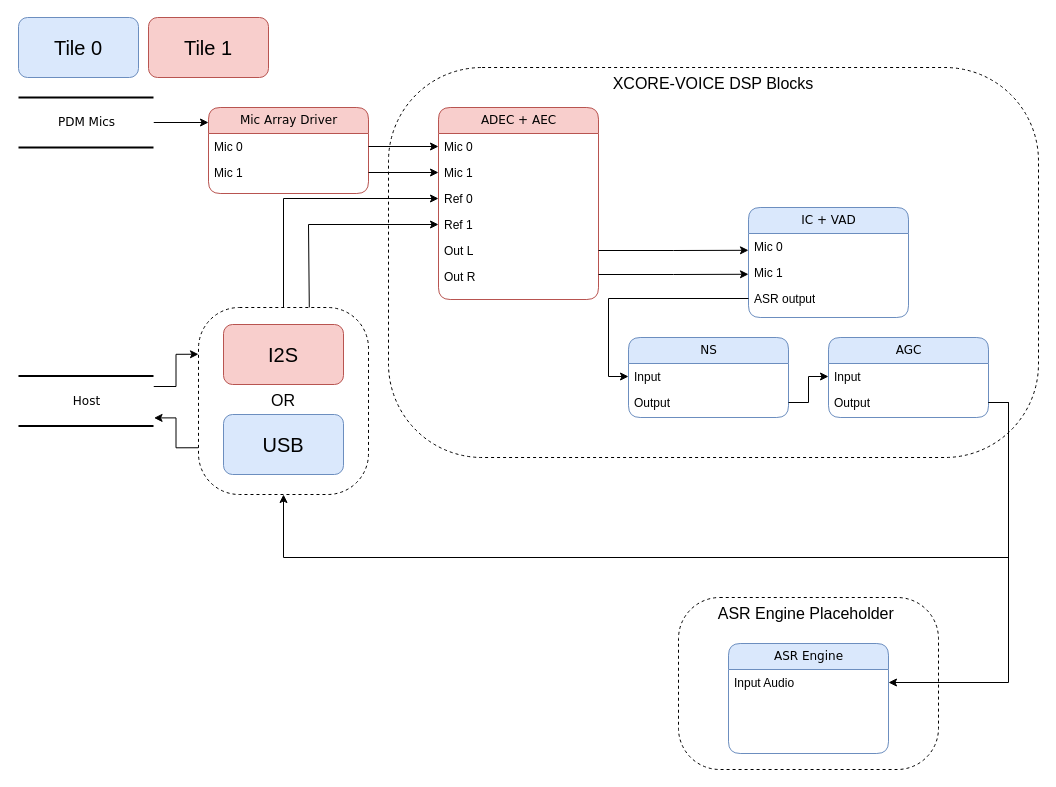
Earlier version of the draw.io diagram doc/programming_guide/ffva/diagrams/ffva_diagram.drawio (xmos/sln_voice). Source tidied: cells renumbered, new cells numbered last; positions are measured from the earlier drawing's top-left corner, leaving out a move shared by most shapes. Both pictures are drawn from the tidied source at 100%, with x=0, y=0 at pixel (18, 17).
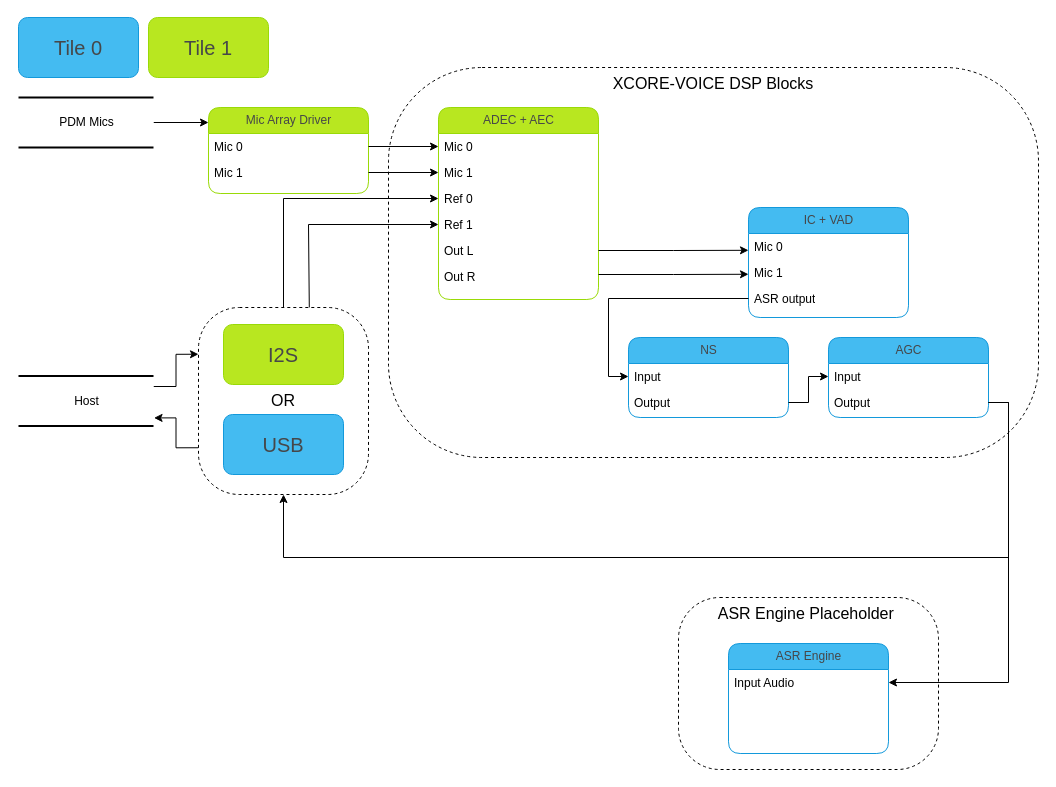
The same diagram, later.

Change to the diagram source:
```diff
@@
-    <mxCell id="2" value="ASR Engine Placeholder&amp;nbsp;" style="rounded=1;arcSize=24;whiteSpace=wrap;html=1;align=center;dashed=1;horizontal=1;verticalAlign=top;fontSize=16;" parent="1" vertex="1">
+    <mxCell id="2" value="ASR Engine Placeholder&amp;nbsp;" style="rounded=1;arcSize=24;whiteSpace=wrap;html=1;align=center;dashed=1;horizontal=1;verticalAlign=top;fontSize=16;fontFamily=Arial Nova Light;" parent="1" vertex="1">
       <mxGeometry x="660" y="580" width="260" height="172" as="geometry" />
     </mxCell>
-    <mxCell id="3" value="XCORE-VOICE DSP Blocks" style="rounded=1;arcSize=24;whiteSpace=wrap;html=1;align=center;dashed=1;horizontal=1;verticalAlign=top;fontSize=16;" parent="1" vertex="1">
+    <mxCell id="3" value="XCORE-VOICE DSP Blocks" style="rounded=1;arcSize=24;whiteSpace=wrap;html=1;align=center;dashed=1;horizontal=1;verticalAlign=top;fontSize=16;fontFamily=Arial Nova Light;" parent="1" vertex="1">
       <mxGeometry x="370" y="50" width="650" height="390" as="geometry" />
     </mxCell>
-    <mxCell id="4" value="IC + VAD" style="swimlane;html=1;fontStyle=0;horizontal=1;startSize=26;fillColor=#dae8fc;swimlaneFillColor=#ffffff;align=center;rounded=1;shadow=0;comic=0;labelBackgroundColor=none;strokeWidth=1;fontFamily=Verdana;fontSize=12;strokeColor=#6c8ebf;" parent="1" vertex="1">
+    <mxCell id="4" value="IC + VAD" style="swimlane;html=1;fontStyle=0;horizontal=1;startSize=26;fillColor=#44BBF1;swimlaneFillColor=#ffffff;align=center;rounded=1;shadow=0;comic=0;labelBackgroundColor=none;strokeWidth=1;fontFamily=Arial Nova Light;fontSize=12;strokeColor=#1399DB;fontColor=#464749;" parent="1" vertex="1">
       <mxGeometry x="730" y="190" width="160" height="110" as="geometry" />
     </mxCell>
@@
-    <mxCell id="8" value="Mic Array Driver" style="swimlane;html=1;fontStyle=0;horizontal=1;startSize=26;fillColor=#f8cecc;swimlaneFillColor=#ffffff;align=center;rounded=1;shadow=0;comic=0;labelBackgroundColor=none;strokeWidth=1;fontFamily=Verdana;fontSize=12;strokeColor=#b85450;" parent="1" vertex="1">
+    <mxCell id="8" value="Mic Array Driver" style="swimlane;html=1;fontStyle=0;horizontal=1;startSize=26;fillColor=#B8E720;swimlaneFillColor=#ffffff;align=center;rounded=1;shadow=0;comic=0;labelBackgroundColor=none;strokeWidth=1;fontFamily=Arial Nova Light;fontSize=12;strokeColor=#99DA07;fontColor=#464749;" parent="1" vertex="1">
       <mxGeometry x="190" y="90" width="160" height="86" as="geometry" />
     </mxCell>
@@
-    <mxCell id="12" value="PDM Mics" style="html=1;rounded=0;shadow=0;comic=0;labelBackgroundColor=none;strokeWidth=2;fontFamily=Verdana;fontSize=12;align=center;shape=mxgraph.ios7ui.horLines;" parent="1" vertex="1">
+    <mxCell id="12" value="PDM Mics" style="html=1;rounded=0;shadow=0;comic=0;labelBackgroundColor=none;strokeWidth=2;fontFamily=Arial Nova Light;fontSize=12;align=center;shape=mxgraph.ios7ui.horLines;" parent="1" vertex="1">
       <mxGeometry y="80" width="135" height="50" as="geometry" />
     </mxCell>
-    <mxCell id="13" value="NS" style="swimlane;html=1;fontStyle=0;horizontal=1;startSize=26;fillColor=#dae8fc;swimlaneFillColor=#ffffff;align=center;rounded=1;shadow=0;comic=0;labelBackgroundColor=none;strokeWidth=1;fontFamily=Verdana;fontSize=12;strokeColor=#6c8ebf;" parent="1" vertex="1">
+    <mxCell id="13" value="NS" style="swimlane;html=1;fontStyle=0;horizontal=1;startSize=26;fillColor=#44BBF1;swimlaneFillColor=#ffffff;align=center;rounded=1;shadow=0;comic=0;labelBackgroundColor=none;strokeWidth=1;fontFamily=Arial Nova Light;fontSize=12;strokeColor=#1399DB;fontColor=#464749;" parent="1" vertex="1">
       <mxGeometry x="610" y="320" width="160" height="80" as="geometry" />
     </mxCell>
@@
-    <mxCell id="16" value="AGC" style="swimlane;html=1;fontStyle=0;horizontal=1;startSize=26;fillColor=#dae8fc;swimlaneFillColor=#ffffff;align=center;rounded=1;shadow=0;comic=0;labelBackgroundColor=none;strokeWidth=1;fontFamily=Verdana;fontSize=12;strokeColor=#6c8ebf;" parent="1" vertex="1">
+    <mxCell id="16" value="AGC" style="swimlane;html=1;fontStyle=0;horizontal=1;startSize=26;fillColor=#44BBF1;swimlaneFillColor=#ffffff;align=center;rounded=1;shadow=0;comic=0;labelBackgroundColor=none;strokeWidth=1;fontFamily=Arial Nova Light;fontSize=12;strokeColor=#1399DB;fontColor=#464749;" parent="1" vertex="1">
       <mxGeometry x="810" y="320" width="160" height="80" as="geometry" />
     </mxCell>
@@
-    <mxCell id="19" value="ASR Engine" style="swimlane;html=1;fontStyle=0;horizontal=1;startSize=26;fillColor=#dae8fc;swimlaneFillColor=#ffffff;align=center;rounded=1;shadow=0;comic=0;labelBackgroundColor=none;strokeWidth=1;fontFamily=Verdana;fontSize=12;strokeColor=#6c8ebf;" parent="1" vertex="1">
+    <mxCell id="19" value="ASR Engine" style="swimlane;html=1;fontStyle=0;horizontal=1;startSize=26;fillColor=#44BBF1;swimlaneFillColor=#ffffff;align=center;rounded=1;shadow=0;comic=0;labelBackgroundColor=none;strokeWidth=1;fontFamily=Arial Nova Light;fontSize=12;strokeColor=#1399DB;fontColor=#464749;" parent="1" vertex="1">
       <mxGeometry x="710" y="626" width="160" height="110" as="geometry" />
     </mxCell>
@@
-    <mxCell id="25" value="Host" style="html=1;rounded=0;shadow=0;comic=0;labelBackgroundColor=none;strokeWidth=2;fontFamily=Verdana;fontSize=12;align=center;shape=mxgraph.ios7ui.horLines;" parent="1" vertex="1">
+    <mxCell id="25" value="Host" style="html=1;rounded=0;shadow=0;comic=0;labelBackgroundColor=none;strokeWidth=2;fontFamily=Arial Nova Light;fontSize=12;align=center;shape=mxgraph.ios7ui.horLines;" parent="1" vertex="1">
       <mxGeometry y="358.5" width="135" height="50" as="geometry" />
     </mxCell>
-    <mxCell id="26" value="&lt;font style=&quot;font-size: 20px;&quot;&gt;Tile 1&lt;/font&gt;" style="rounded=1;whiteSpace=wrap;html=1;fillColor=#f8cecc;strokeColor=#b85450;" parent="1" vertex="1">
+    <mxCell id="26" value="&lt;font style=&quot;font-size: 20px;&quot;&gt;Tile 1&lt;/font&gt;" style="rounded=1;whiteSpace=wrap;html=1;fillColor=#B8E720;strokeColor=#99DA07;fontColor=#464749;fontFamily=Arial Nova Light;" parent="1" vertex="1">
       <mxGeometry x="130" width="120" height="60" as="geometry" />
     </mxCell>
-    <mxCell id="27" value="&lt;font style=&quot;font-size: 20px;&quot;&gt;Tile 0&lt;br&gt;&lt;/font&gt;" style="rounded=1;whiteSpace=wrap;html=1;fillColor=#dae8fc;strokeColor=#6c8ebf;" parent="1" vertex="1">
+    <mxCell id="27" value="&lt;font style=&quot;font-size: 20px;&quot;&gt;Tile 0&lt;br&gt;&lt;/font&gt;" style="rounded=1;whiteSpace=wrap;html=1;fillColor=#44BBF1;strokeColor=#1399DB;fontColor=#464749;fontFamily=Arial Nova Light;" parent="1" vertex="1">
       <mxGeometry width="120" height="60" as="geometry" />
     </mxCell>
-    <mxCell id="28" value="ADEC + AEC" style="swimlane;html=1;fontStyle=0;horizontal=1;startSize=26;fillColor=#f8cecc;swimlaneFillColor=#ffffff;align=center;rounded=1;shadow=0;comic=0;labelBackgroundColor=none;strokeWidth=1;fontFamily=Verdana;fontSize=12;strokeColor=#b85450;" parent="1" vertex="1">
+    <mxCell id="28" value="ADEC + AEC" style="swimlane;html=1;fontStyle=0;horizontal=1;startSize=26;fillColor=#B8E720;swimlaneFillColor=#ffffff;align=center;rounded=1;shadow=0;comic=0;labelBackgroundColor=none;strokeWidth=1;fontFamily=Arial Nova Light;fontSize=12;strokeColor=#99DA07;fontColor=#464749;" parent="1" vertex="1">
       <mxGeometry x="420" y="90" width="160" height="192" as="geometry" />
     </mxCell>
@@
-    <mxCell id="43" value="&lt;span style=&quot;font-size: 20px;&quot;&gt;I2S&lt;/span&gt;" style="rounded=1;whiteSpace=wrap;html=1;fillColor=#f8cecc;strokeColor=#b85450;" parent="1" vertex="1">
+    <mxCell id="43" value="&lt;span style=&quot;font-size: 20px;&quot;&gt;I2S&lt;/span&gt;" style="rounded=1;whiteSpace=wrap;html=1;fillColor=#B8E720;strokeColor=#99DA07;fontColor=#464749;fontFamily=Arial Nova Light;" parent="1" vertex="1">
       <mxGeometry x="205" y="307" width="120" height="60" as="geometry" />
     </mxCell>
-    <mxCell id="44" value="&lt;font style=&quot;font-size: 20px;&quot;&gt;USB&lt;br&gt;&lt;/font&gt;" style="rounded=1;whiteSpace=wrap;html=1;fillColor=#dae8fc;strokeColor=#6c8ebf;" parent="1" vertex="1">
+    <mxCell id="44" value="&lt;font style=&quot;font-size: 20px;&quot;&gt;USB&lt;br&gt;&lt;/font&gt;" style="rounded=1;whiteSpace=wrap;html=1;fillColor=#44BBF1;strokeColor=#1399DB;fontColor=#464749;fontFamily=Arial Nova Light;" parent="1" vertex="1">
       <mxGeometry x="205" y="397" width="120" height="60" as="geometry" />
     </mxCell>
```
